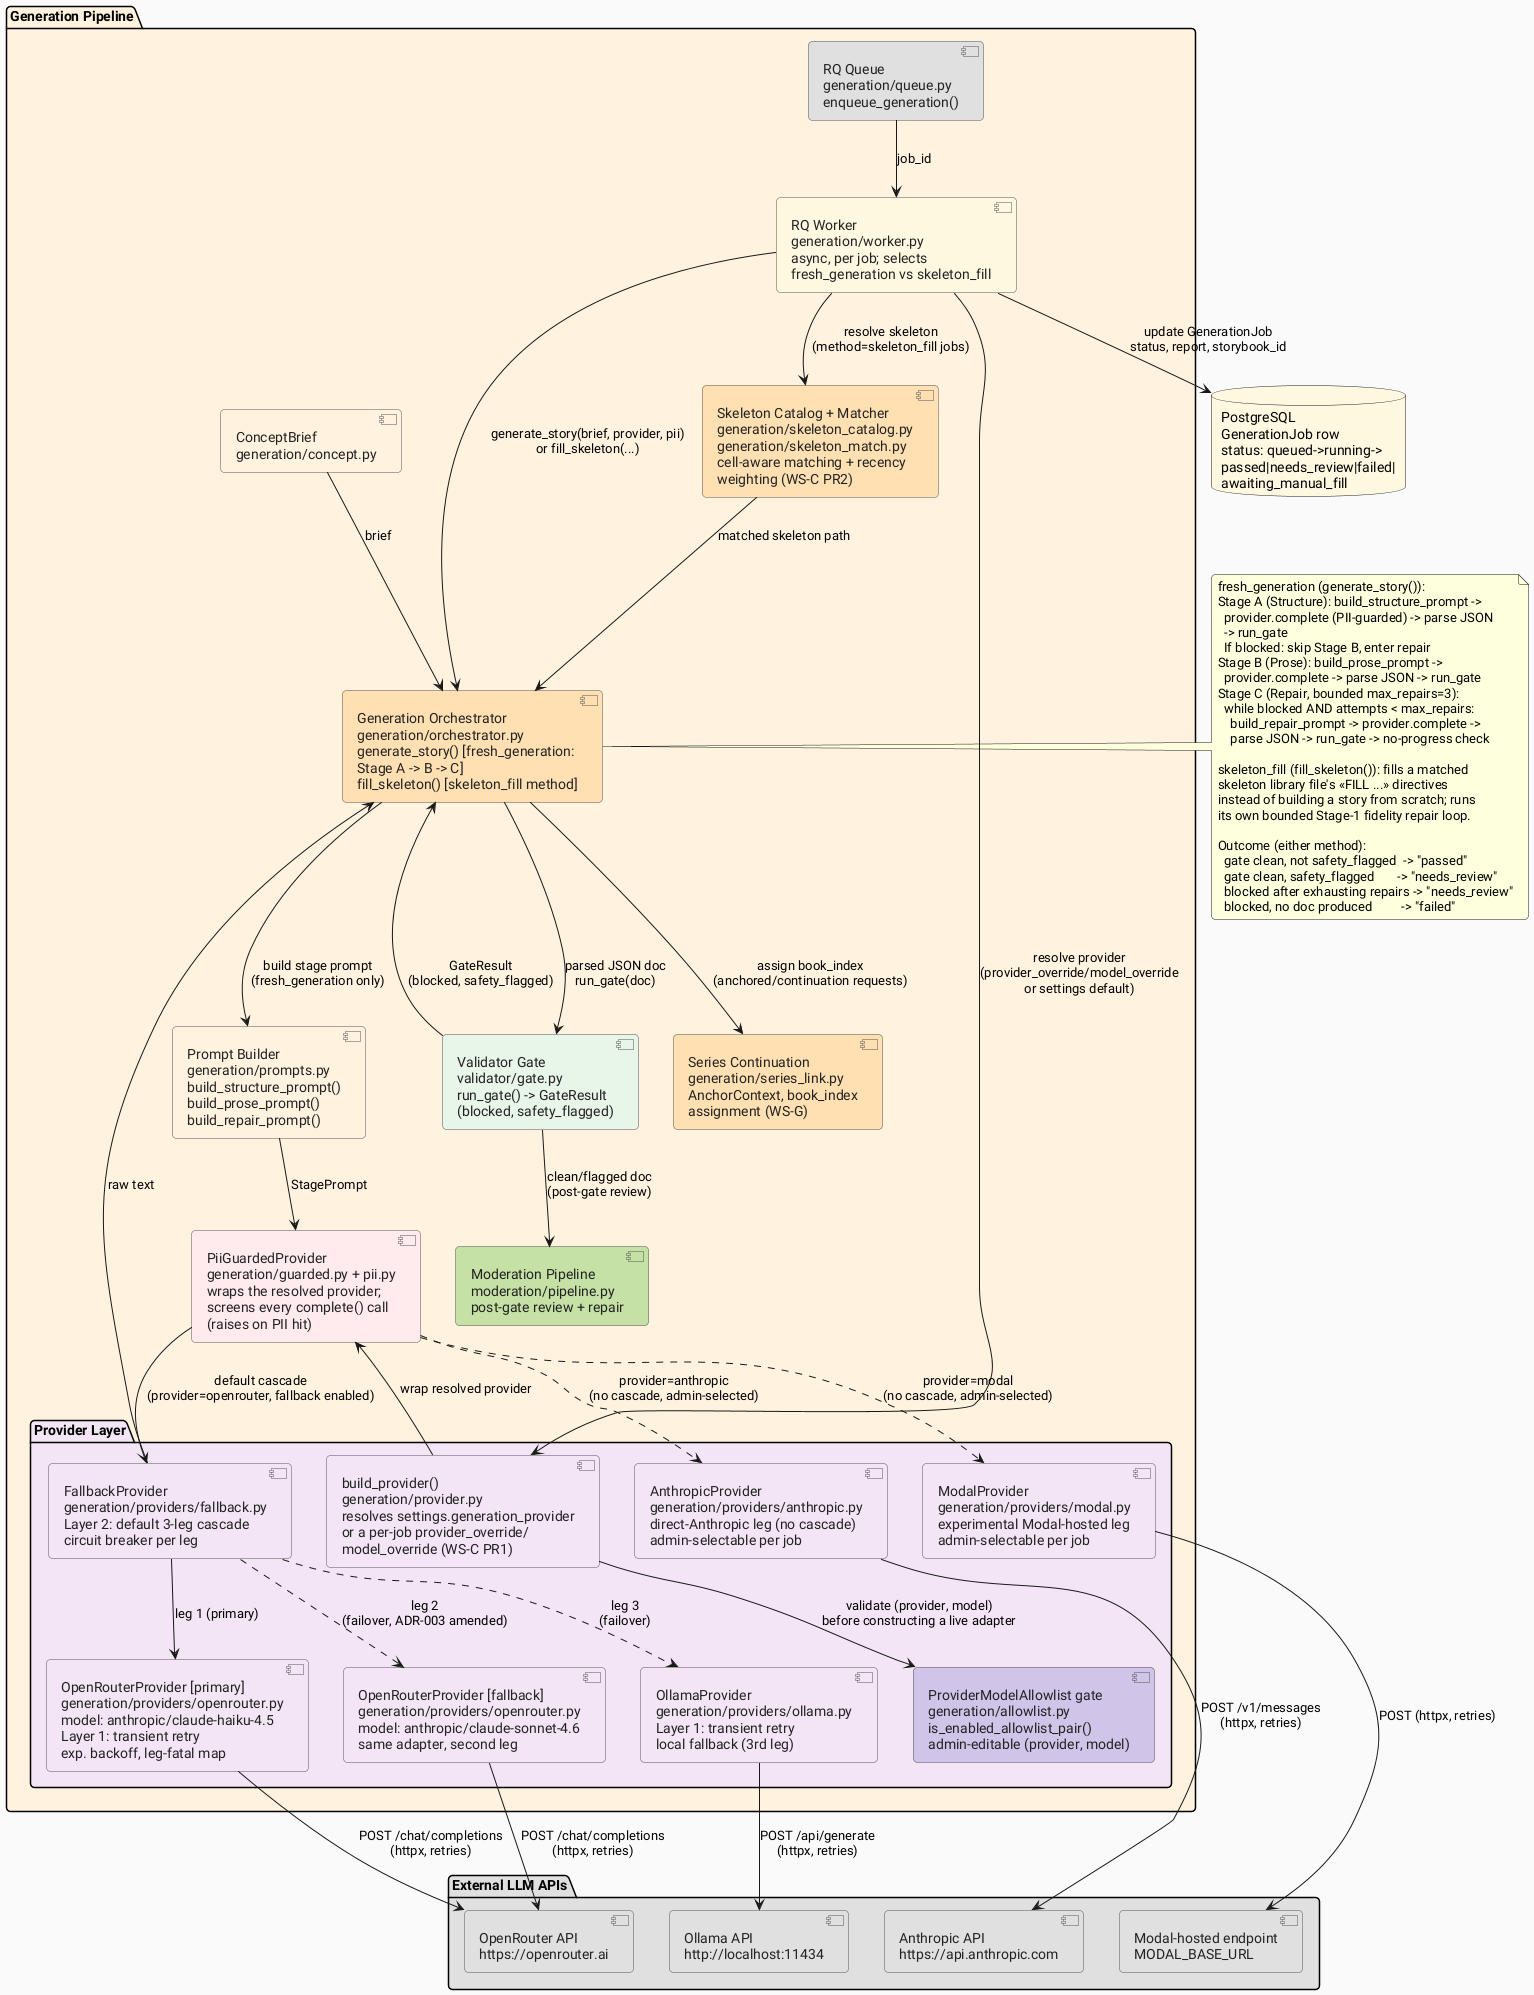
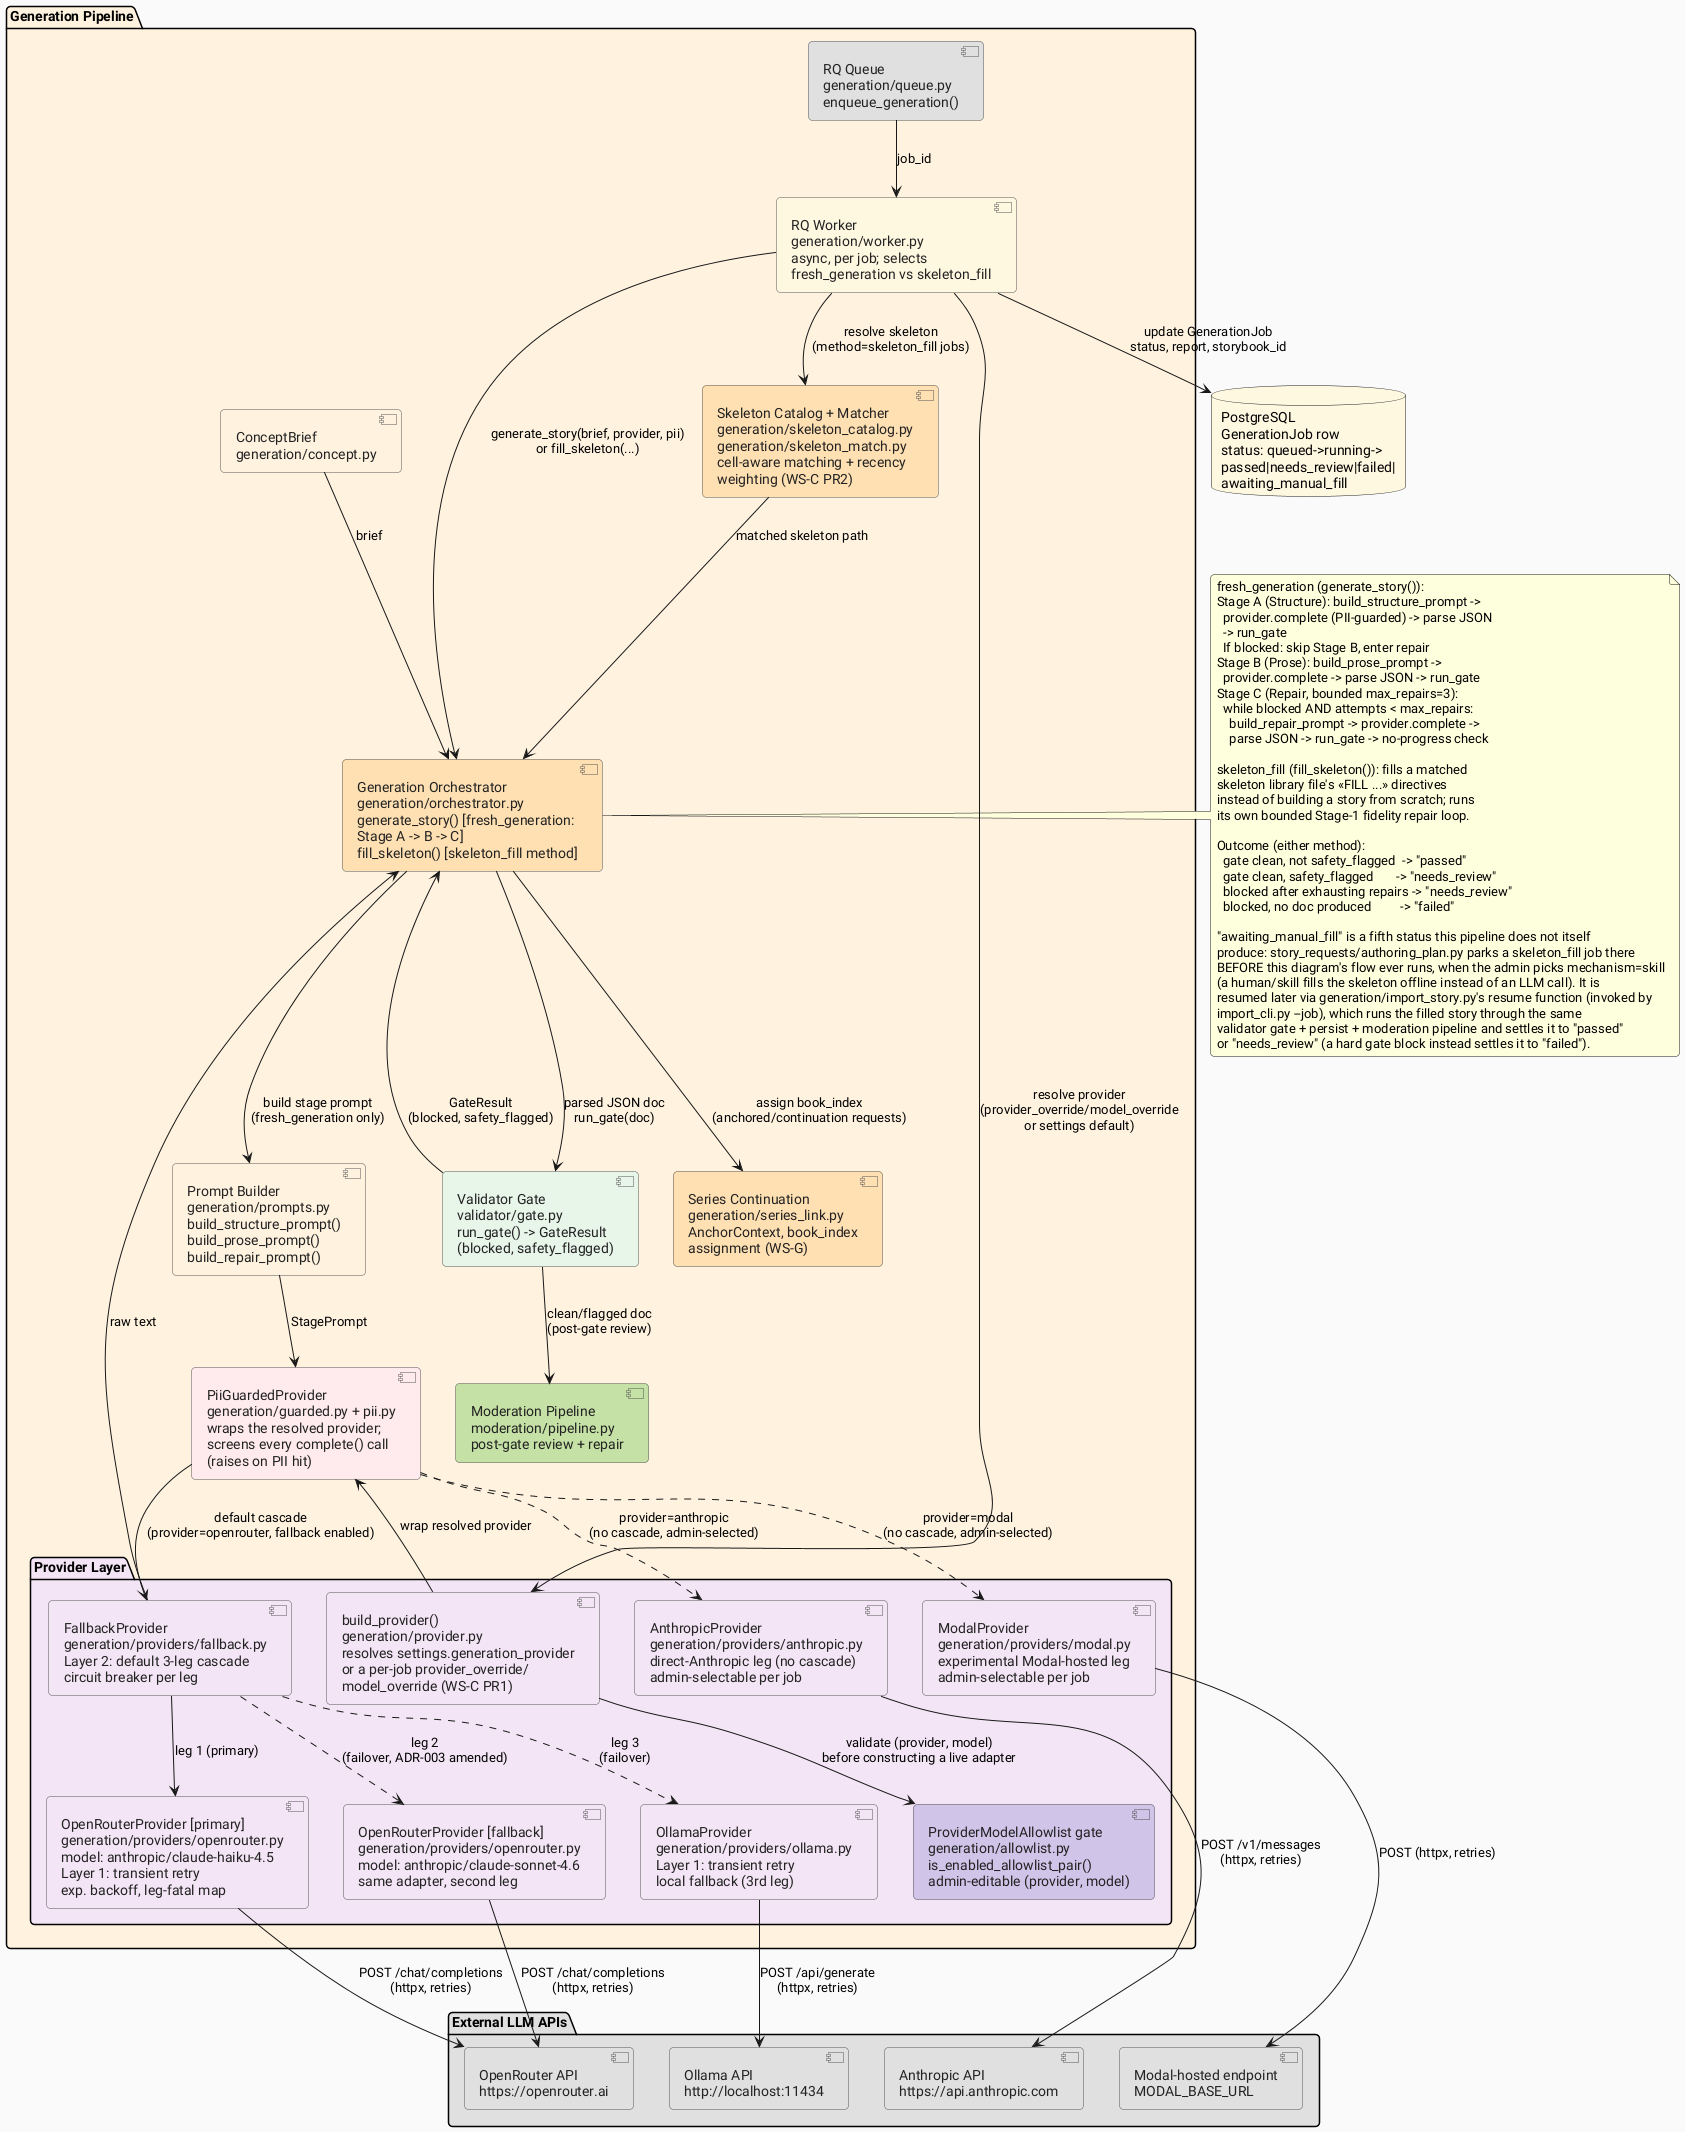
@startuml component-generation
' ============================================================
' Component Diagram: Generation Pipeline
' CYO Adventure
'
' Source files:
'   src/cyo_adventure/generation/orchestrator.py  (fresh_generation staged
'                                                   pipeline: generate_story();
'                                                   also fill_skeleton() for
'                                                   the skeleton_fill method)
'   src/cyo_adventure/generation/prompts.py       (cacheable prompt blocks)
'   src/cyo_adventure/generation/pii.py           (PII guard: assert_prompt_pii_safe)
'   src/cyo_adventure/generation/guarded.py       (PiiGuardedProvider: wraps a
'                                                   provider so every complete()
'                                                   call is PII-screened at entry)
'   src/cyo_adventure/generation/provider.py      (GenerationProvider protocol,
'                                                   build_provider(): resolves
'                                                   mock|ollama|anthropic|
'                                                   openrouter[+cascade]|modal,
'                                                   with per-job provider_override/
'                                                   model_override, WS-C PR1)
'   src/cyo_adventure/generation/allowlist.py     (admin ProviderModelAllowlist
'                                                   gate: is_enabled_allowlist_pair)
'   src/cyo_adventure/generation/skeleton_catalog.py  (skeleton library index)
'   src/cyo_adventure/generation/skeleton_match.py    (cell-aware matching +
'                                                       recency weighting, WS-C PR2)
'   src/cyo_adventure/generation/series_link.py   (series continuation
'                                                   chaining: book_index,
'                                                   AnchorContext, WS-G)
'   src/cyo_adventure/generation/providers/openrouter.py
'   src/cyo_adventure/generation/providers/anthropic.py
'   src/cyo_adventure/generation/providers/modal.py
'   src/cyo_adventure/generation/providers/ollama.py
'   src/cyo_adventure/generation/providers/fallback.py  (FallbackProvider cascade)
'   src/cyo_adventure/core/config.py  (openrouter_model, openrouter_fallback_model)
'   src/cyo_adventure/generation/concept.py       (ConceptBrief)
'   src/cyo_adventure/generation/queue.py         (RQ queue)
'   src/cyo_adventure/generation/worker.py        (async RQ worker; selects
'                                                   fresh_generation vs
'                                                   skeleton_fill per job)
'   src/cyo_adventure/validator/gate.py           (run_gate entrypoint)
'   src/cyo_adventure/moderation/pipeline.py      (post-gate review, runs
'                                                   after the validator gate;
'                                                   see component-validator.puml)
'   docs/planning/adr/adr-003-frontier-llm-generation.md
' ============================================================

skinparam defaultFontName "Roboto"
skinparam backgroundColor #FAFAFA
skinparam roundCorner 8
skinparam componentStyle uml2

skinparam component {
  BorderColor #555555
  FontColor #222222
}

package "Generation Pipeline" #FFF3E0 {

  component "ConceptBrief\ngeneration/concept.py" as concept #FFF3E0

  component "Skeleton Catalog + Matcher\ngeneration/skeleton_catalog.py\ngeneration/skeleton_match.py\ncell-aware matching + recency\nweighting (WS-C PR2)" as skeleton_match #FFE0B2

  component "PiiGuardedProvider\ngeneration/guarded.py + pii.py\nwraps the resolved provider;\nscreens every complete() call\n(raises on PII hit)" as pii #FFEBEE

  component "Prompt Builder\ngeneration/prompts.py\nbuild_structure_prompt()\nbuild_prose_prompt()\nbuild_repair_prompt()" as prompts #FFF3E0

  component "Generation Orchestrator\ngeneration/orchestrator.py\ngenerate_story() [fresh_generation:\nStage A -> B -> C]\nfill_skeleton() [skeleton_fill method]" as orchestrator #FFE0B2

  component "Series Continuation\ngeneration/series_link.py\nAnchorContext, book_index\nassignment (WS-G)" as series_link #FFE0B2

  package "Provider Layer" #F3E5F5 {
    component "ProviderModelAllowlist gate\ngeneration/allowlist.py\nis_enabled_allowlist_pair()\nadmin-editable (provider, model)" as allowlist #D1C4E9

    component "build_provider()\ngeneration/provider.py\nresolves settings.generation_provider\nor a per-job provider_override/\nmodel_override (WS-C PR1)" as build_provider #F3E5F5

    component "FallbackProvider\ngeneration/providers/fallback.py\nLayer 2: default 3-leg cascade\ncircuit breaker per leg" as fallback #F3E5F5

    component "OpenRouterProvider [primary]\ngeneration/providers/openrouter.py\nmodel: anthropic/claude-haiku-4.5\nLayer 1: transient retry\nexp. backoff, leg-fatal map" as openrouter #F3E5F5

    component "OpenRouterProvider [fallback]\ngeneration/providers/openrouter.py\nmodel: anthropic/claude-sonnet-4.6\nsame adapter, second leg" as openrouter_fb #F3E5F5

    component "OllamaProvider\ngeneration/providers/ollama.py\nLayer 1: transient retry\nlocal fallback (3rd leg)" as ollama_prov #F3E5F5

    component "AnthropicProvider\ngeneration/providers/anthropic.py\ndirect-Anthropic leg (no cascade)\nadmin-selectable per job" as anthropic_prov #F3E5F5

    component "ModalProvider\ngeneration/providers/modal.py\nexperimental Modal-hosted leg\nadmin-selectable per job" as modal_prov #F3E5F5
  }

  component "Validator Gate\nvalidator/gate.py\nrun_gate() -> GateResult\n(blocked, safety_flagged)" as gate #E8F5E9

  component "Moderation Pipeline\nmoderation/pipeline.py\npost-gate review + repair" as moderation_pipe #C5E1A5

  component "RQ Queue\ngeneration/queue.py\nenqueue_generation()" as queue #E0E0E0

  component "RQ Worker\ngeneration/worker.py\nasync, per job; selects\nfresh_generation vs skeleton_fill" as worker_comp #FFF8E1

}

package "External LLM APIs" #E0E0E0 {
  component "OpenRouter API\nhttps://openrouter.ai" as or_api #E0E0E0
  component "Ollama API\nhttp://localhost:11434" as ol_api #E0E0E0
  component "Anthropic API\nhttps://api.anthropic.com" as anthropic_api #E0E0E0
  component "Modal-hosted endpoint\nMODAL_BASE_URL" as modal_api #E0E0E0
}

database "PostgreSQL\nGenerationJob row\nstatus: queued->running->\npassed|needs_review|failed|\nawaiting_manual_fill" as pg #FFF8E1

' --- Flow ---
concept --> orchestrator : "brief"
worker_comp --> skeleton_match : "resolve skeleton\n(method=skeleton_fill jobs)"
skeleton_match --> orchestrator : "matched skeleton path"
orchestrator --> series_link : "assign book_index\n(anchored/continuation requests)"
orchestrator --> prompts : "build stage prompt\n(fresh_generation only)"
prompts --> pii : "StagePrompt"
worker_comp --> build_provider : "resolve provider\n(provider_override/model_override\nor settings default)"
build_provider --> allowlist : "validate (provider, model)\nbefore constructing a live adapter"
build_provider --> pii : "wrap resolved provider"
pii --> fallback : "default cascade\n(provider=openrouter, fallback enabled)"
fallback --> openrouter : "leg 1 (primary)"
fallback ..> openrouter_fb : "leg 2\n(failover, ADR-003 amended)"
fallback ..> ollama_prov : "leg 3\n(failover)"
pii ..> anthropic_prov : "provider=anthropic\n(no cascade, admin-selected)"
pii ..> modal_prov : "provider=modal\n(no cascade, admin-selected)"
openrouter --> or_api : "POST /chat/completions\n(httpx, retries)"
openrouter_fb --> or_api : "POST /chat/completions\n(httpx, retries)"
ollama_prov --> ol_api : "POST /api/generate\n(httpx, retries)"
anthropic_prov --> anthropic_api : "POST /v1/messages\n(httpx, retries)"
modal_prov --> modal_api : "POST (httpx, retries)"
fallback --> orchestrator : "raw text"
orchestrator --> gate : "parsed JSON doc\nrun_gate(doc)"
gate --> orchestrator : "GateResult\n(blocked, safety_flagged)"
gate --> moderation_pipe : "clean/flagged doc\n(post-gate review)"

note right of orchestrator
  fresh_generation (generate_story()):
  Stage A (Structure): build_structure_prompt ->
    provider.complete (PII-guarded) -> parse JSON
    -> run_gate
    If blocked: skip Stage B, enter repair
  Stage B (Prose): build_prose_prompt ->
    provider.complete -> parse JSON -> run_gate
  Stage C (Repair, bounded max_repairs=3):
    while blocked AND attempts < max_repairs:
      build_repair_prompt -> provider.complete ->
      parse JSON -> run_gate -> no-progress check

  skeleton_fill (fill_skeleton()): fills a matched
  skeleton library file's <<FILL ...>> directives
  instead of building a story from scratch; runs
  its own bounded Stage-1 fidelity repair loop.

  Outcome (either method):
    gate clean, not safety_flagged  -> "passed"
    gate clean, safety_flagged       -> "needs_review"
    blocked after exhausting repairs -> "needs_review"
    blocked, no doc produced         -> "failed"
+ 
+   "awaiting_manual_fill" is a fifth status this pipeline does not itself
+   produce: story_requests/authoring_plan.py parks a skeleton_fill job there
+   BEFORE this diagram's flow ever runs, when the admin picks mechanism=skill
+   (a human/skill fills the skeleton offline instead of an LLM call). It is
+   resumed later via generation/import_story.py's resume function (invoked by
+   import_cli.py --job), which runs the filled story through the same
+   validator gate + persist + moderation pipeline and settles it to "passed"
+   or "needs_review" (a hard gate block instead settles it to "failed").
end note

queue --> worker_comp : "job_id"
worker_comp --> orchestrator : "generate_story(brief, provider, pii)\nor fill_skeleton(...)"
worker_comp --> pg : "update GenerationJob\nstatus, report, storybook_id"

@enduml
